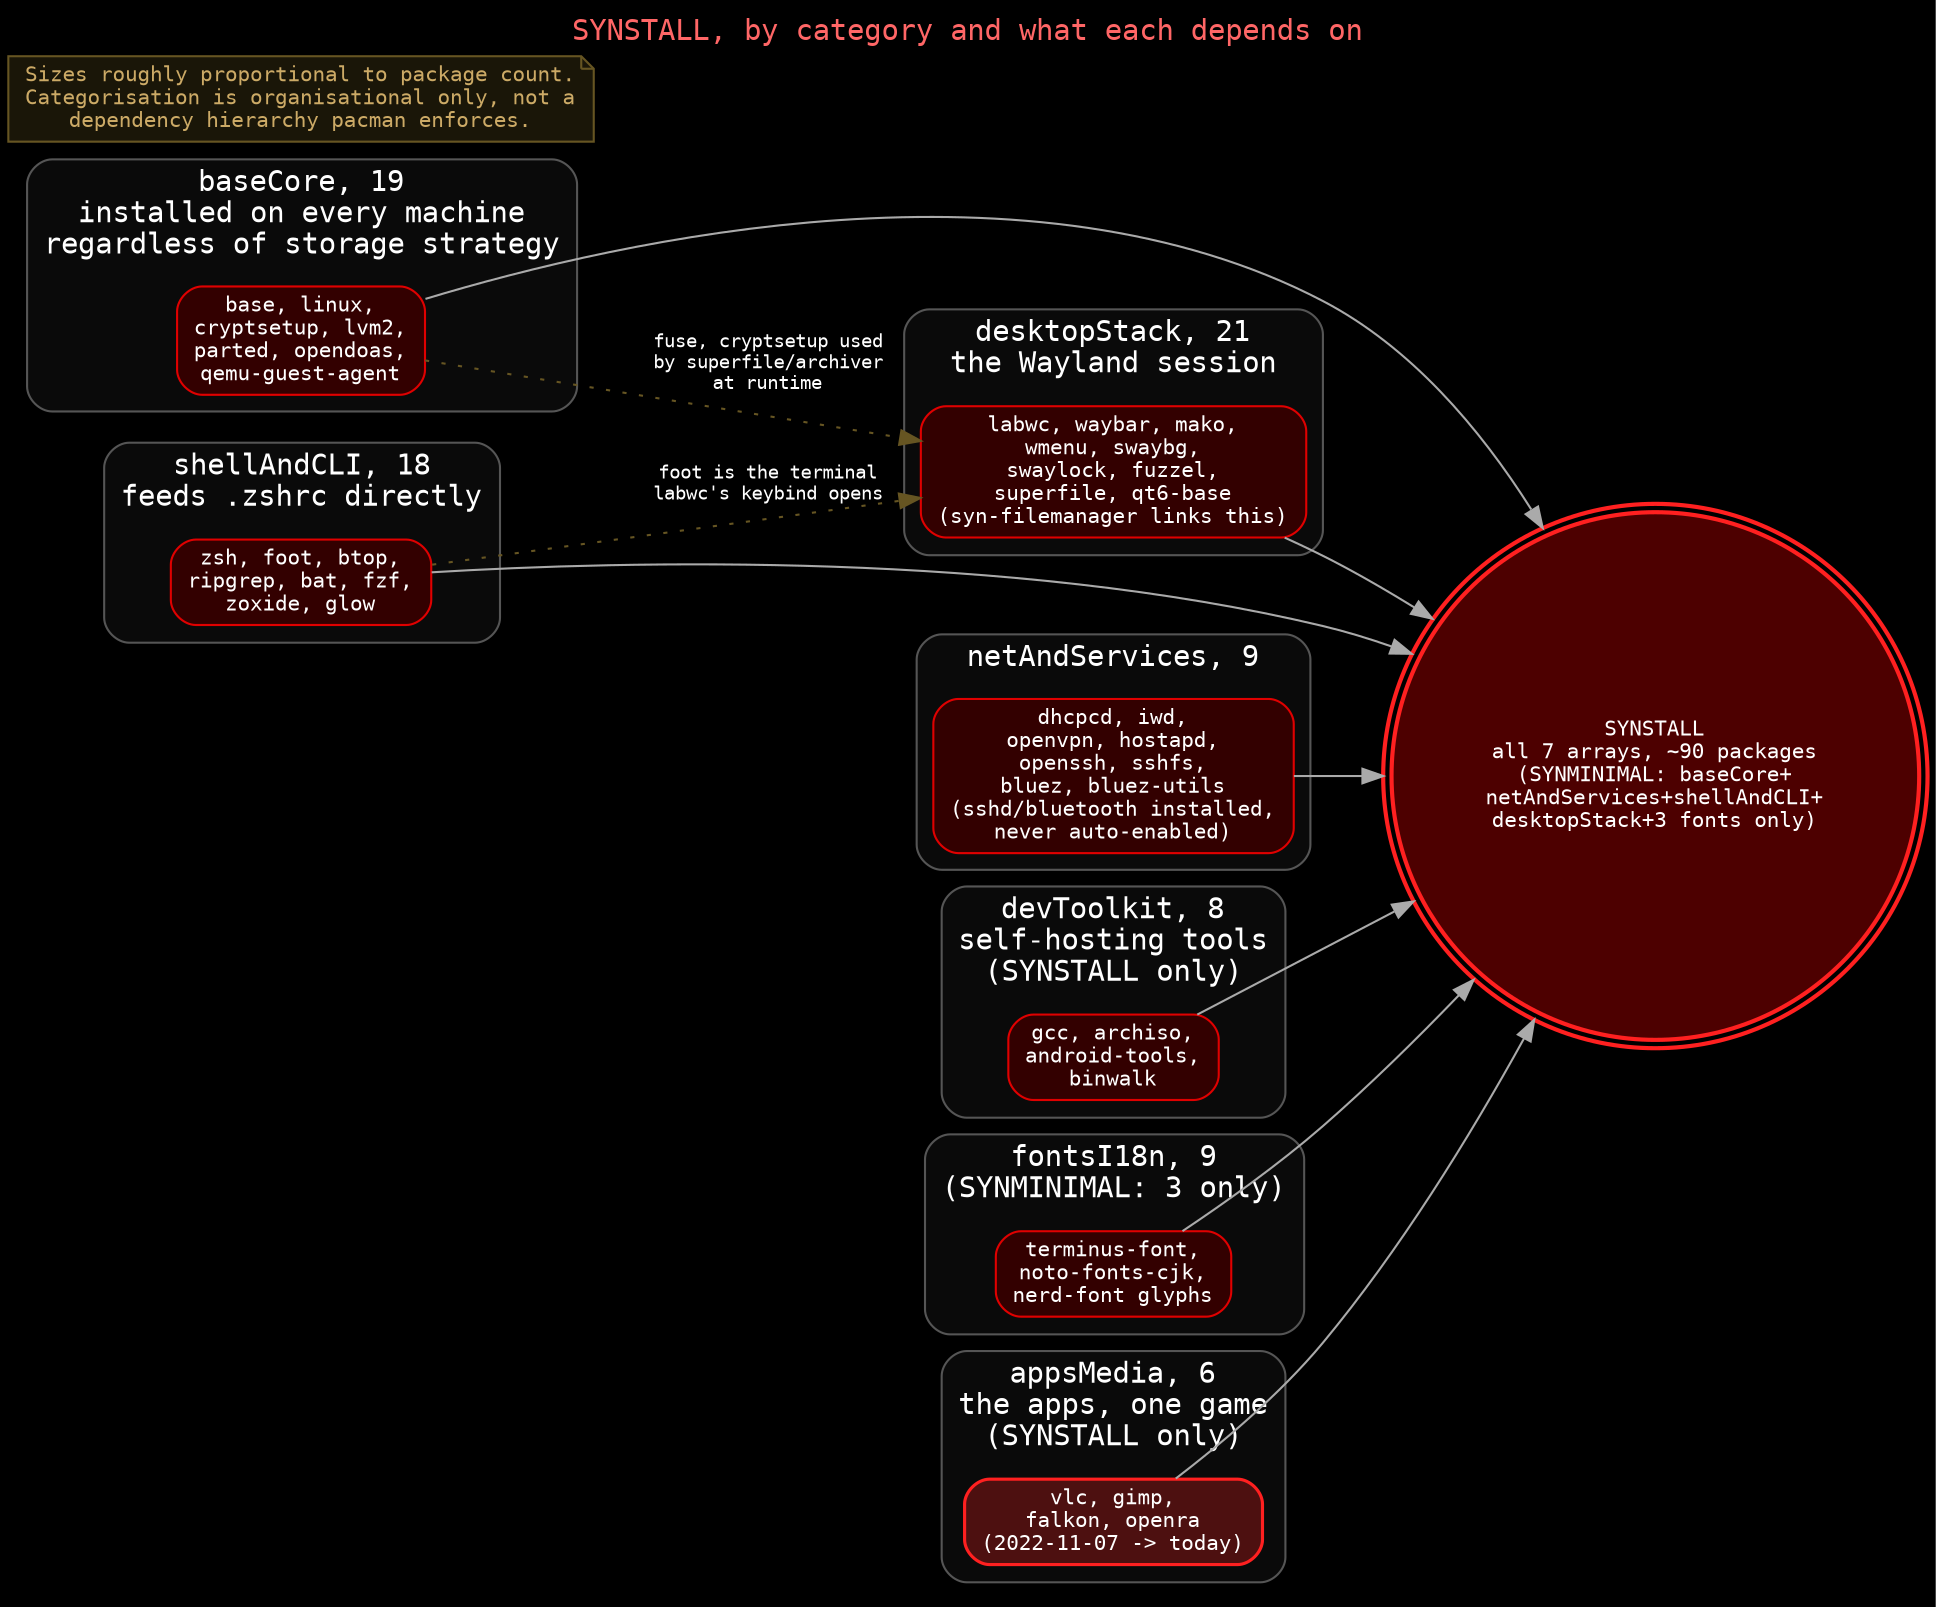
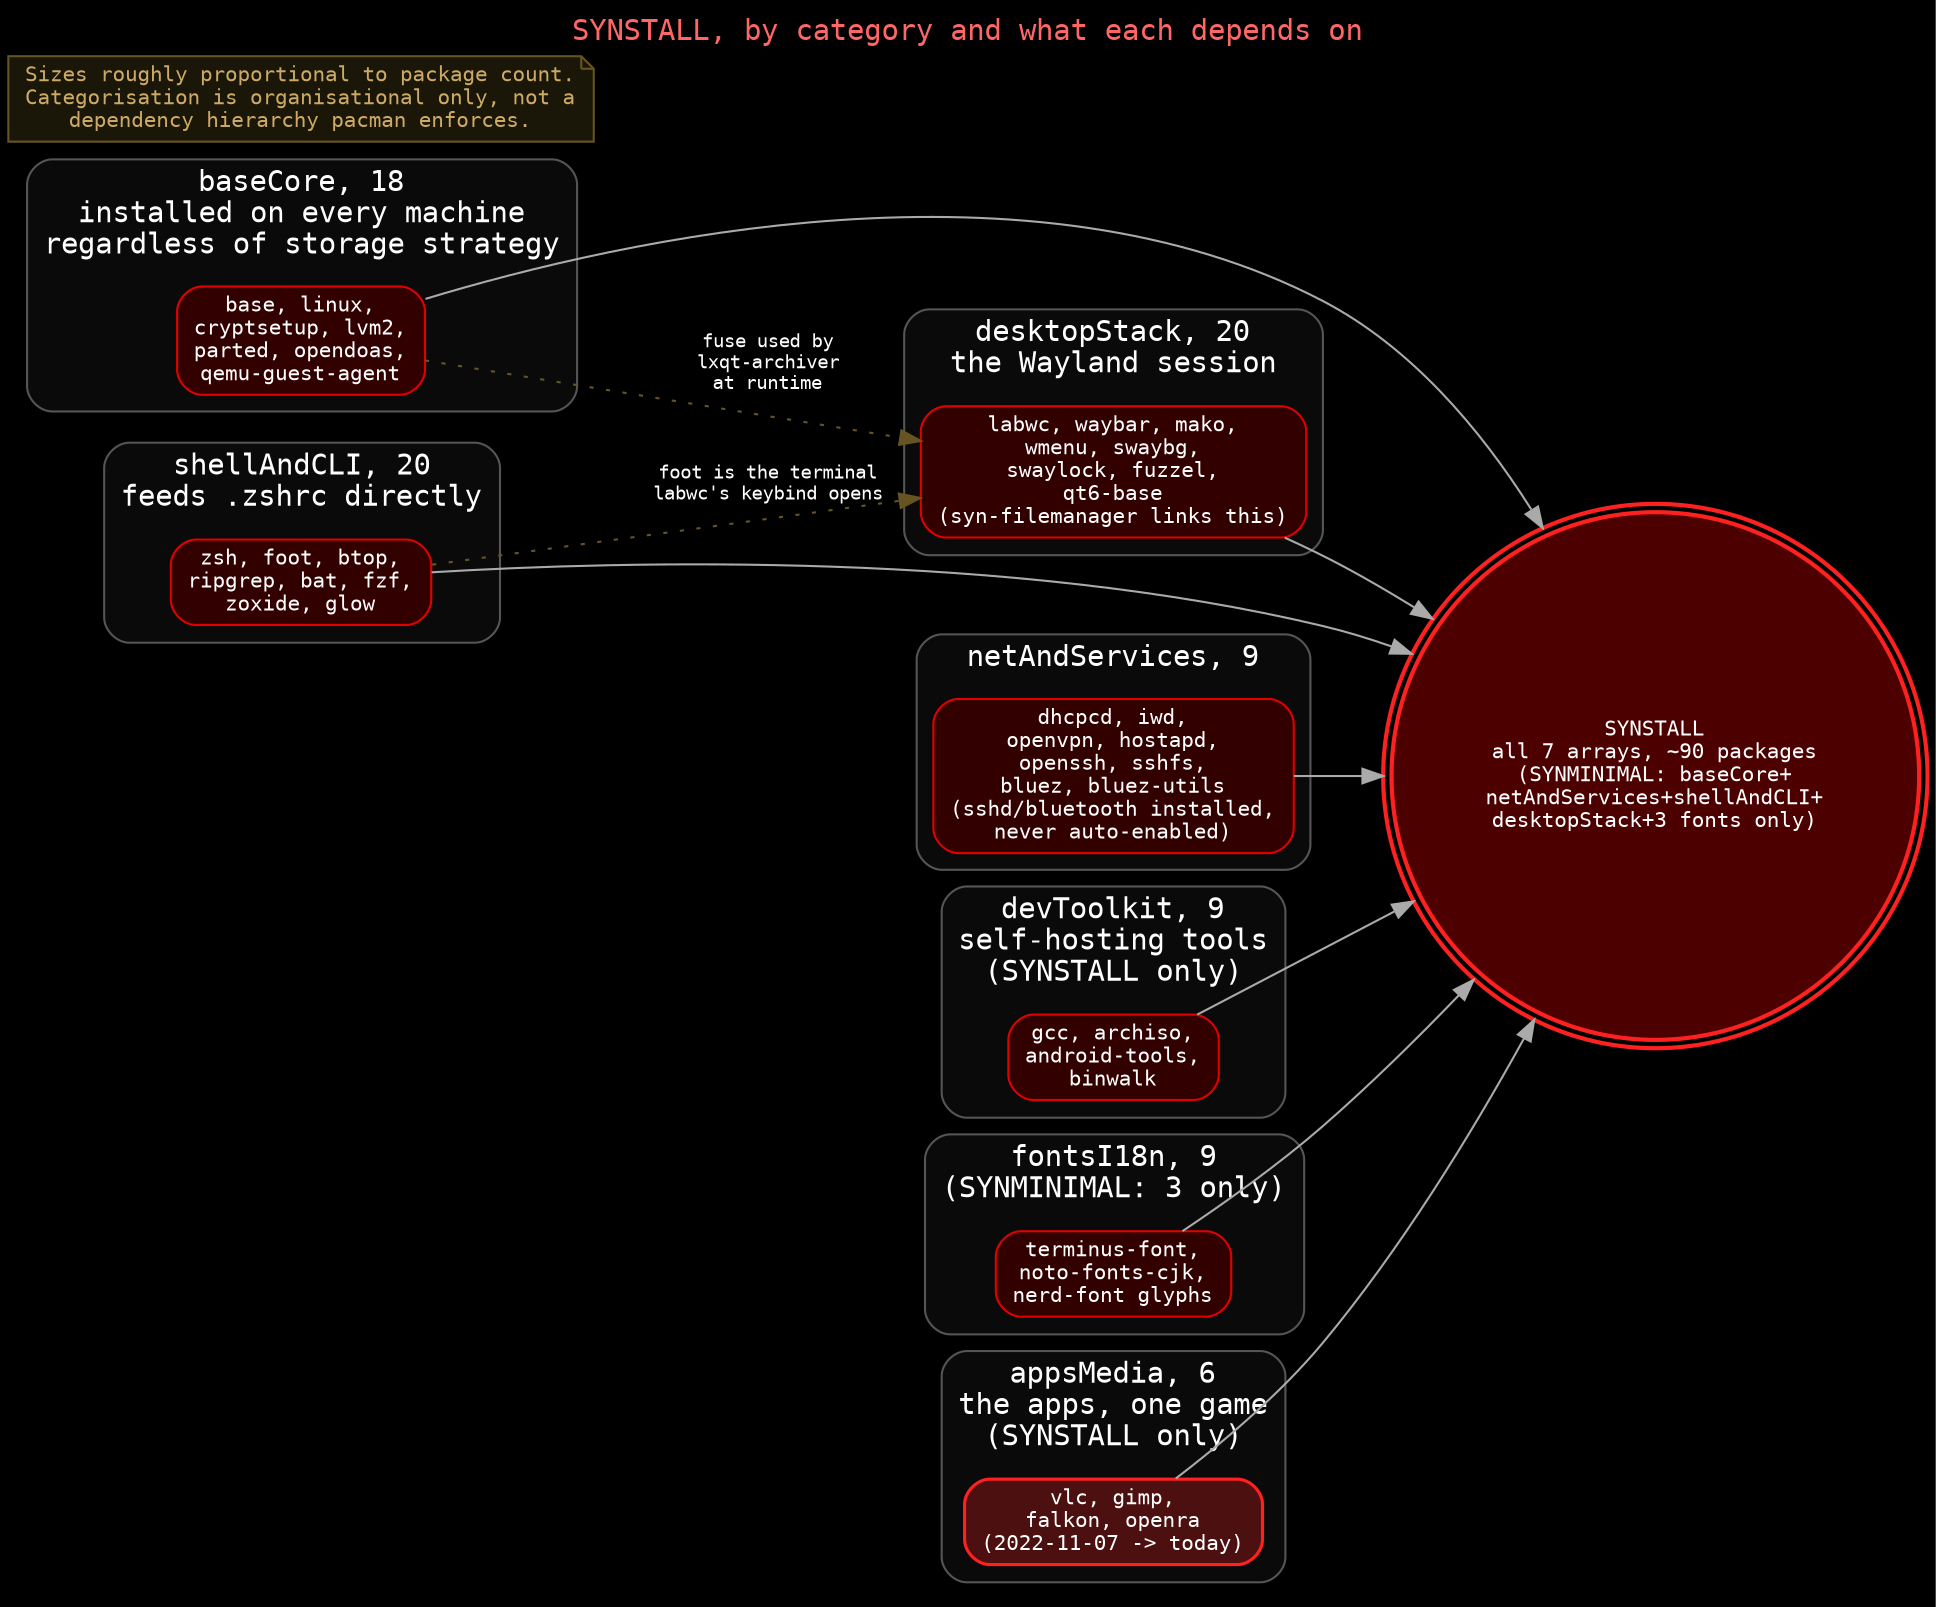
digraph package_map {
  rankdir=LR;
  bgcolor="#000000";
  fontname="monospace";
  node [shape=box, style="rounded,filled", fillcolor="#4d0000", color="#e00000", fontcolor="white", fontname="monospace", fontsize=10];
  edge [color="#AAAAAA", fontcolor="white", fontname="monospace", fontsize=9];

  label="SYNSTALL, by category and what each depends on";
  labelloc="t"; fontsize=14; fontcolor="#ff6666";

  synstall [label="SYNSTALL\nall 7 arrays, ~90 packages\n(SYNMINIMAL: baseCore+\nnetAndServices+shellAndCLI+\ndesktopStack+3 fonts only)", shape=doublecircle, fillcolor="#4d0000", penwidth=2, color="#ff2020"];

  subgraph cluster_base {
-     label="baseCore, 19\ninstalled on every machine\nregardless of storage strategy"; style="rounded"; color="#555555"; fontcolor="white"; bgcolor="#0a0a0a";
+     label="baseCore, 18\ninstalled on every machine\nregardless of storage strategy"; style="rounded"; color="#555555"; fontcolor="white"; bgcolor="#0a0a0a";
    base_ex [label="base, linux,\ncryptsetup, lvm2,\nparted, opendoas,\nqemu-guest-agent", fillcolor="#330000"];
  }

  subgraph cluster_net {
    label="netAndServices, 9"; style="rounded"; color="#555555"; fontcolor="white"; bgcolor="#0a0a0a";
    net_ex [label="dhcpcd, iwd,\nopenvpn, hostapd,\nopenssh, sshfs,\nbluez, bluez-utils\n(sshd/bluetooth installed,\nnever auto-enabled)", fillcolor="#330000"];
  }

  subgraph cluster_shell {
-     label="shellAndCLI, 18\nfeeds .zshrc directly"; style="rounded"; color="#555555"; fontcolor="white"; bgcolor="#0a0a0a";
+     label="shellAndCLI, 20\nfeeds .zshrc directly"; style="rounded"; color="#555555"; fontcolor="white"; bgcolor="#0a0a0a";
    shell_ex [label="zsh, foot, btop,\nripgrep, bat, fzf,\nzoxide, glow", fillcolor="#330000"];
  }

  subgraph cluster_desktop {
-     label="desktopStack, 21\nthe Wayland session"; style="rounded"; color="#555555"; fontcolor="white"; bgcolor="#0a0a0a";
-     desktop_ex [label="labwc, waybar, mako,\nwmenu, swaybg,\nswaylock, fuzzel,\nsuperfile, qt6-base\n(syn-filemanager links this)", fillcolor="#330000"];
+     label="desktopStack, 20\nthe Wayland session"; style="rounded"; color="#555555"; fontcolor="white"; bgcolor="#0a0a0a";
+     desktop_ex [label="labwc, waybar, mako,\nwmenu, swaybg,\nswaylock, fuzzel,\nqt6-base\n(syn-filemanager links this)", fillcolor="#330000"];
  }

  subgraph cluster_dev {
-     label="devToolkit, 8\nself-hosting tools\n(SYNSTALL only)"; style="rounded"; color="#555555"; fontcolor="white"; bgcolor="#0a0a0a";
+     label="devToolkit, 9\nself-hosting tools\n(SYNSTALL only)"; style="rounded"; color="#555555"; fontcolor="white"; bgcolor="#0a0a0a";
    dev_ex [label="gcc, archiso,\nandroid-tools,\nbinwalk", fillcolor="#330000"];
  }

  subgraph cluster_fonts {
    label="fontsI18n, 9\n(SYNMINIMAL: 3 only)"; style="rounded"; color="#555555"; fontcolor="white"; bgcolor="#0a0a0a";
    fonts_ex [label="terminus-font,\nnoto-fonts-cjk,\nnerd-font glyphs", fillcolor="#330000"];
  }

  subgraph cluster_apps {
    label="appsMedia, 6\nthe apps, one game\n(SYNSTALL only)"; style="rounded"; color="#555555"; fontcolor="white"; bgcolor="#0a0a0a";
    apps_ex [label="vlc, gimp,\nfalkon, openra\n(2022-11-07 -> today)", fillcolor="#4d1010", color="#ff2020", penwidth=1.5];
  }

  base_ex -> synstall;
  net_ex -> synstall;
  shell_ex -> synstall;
  desktop_ex -> synstall;
  dev_ex -> synstall;
  fonts_ex -> synstall;
  apps_ex -> synstall;

-   base_ex -> desktop_ex [style=dotted, color="#665522", label="  fuse, cryptsetup used\n  by superfile/archiver\n  at runtime"];
+   base_ex -> desktop_ex [style=dotted, color="#665522", label="  fuse used by\n  lxqt-archiver\n  at runtime"];
  shell_ex -> desktop_ex [style=dotted, color="#665522", label="  foot is the terminal\n  labwc's keybind opens"];

  note [shape=note, fillcolor="#1a1608", color="#665522", fontcolor="#ccaa66",
        label="Sizes roughly proportional to package count.\nCategorisation is organisational only, not a\ndependency hierarchy pacman enforces."];
}
